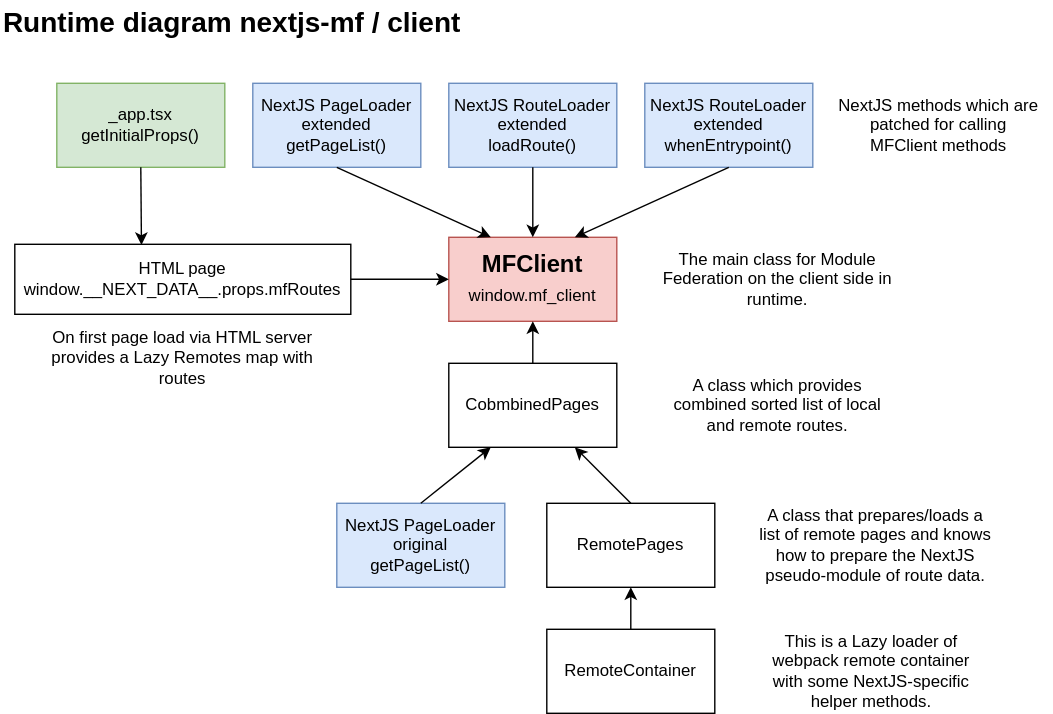
Earlier version of the draw.io export src/client/diagram-runtime.drawio.svg (module-federation/core). Source tidied: cells renumbered, new cells last; positions are measured from the earlier drawing's top-left corner, leaving out a move shared by most shapes. The source it was exported from:
```xml
<mxGraphModel>
  <root>
    <mxCell id="0" />
    <mxCell id="1" parent="0" />
    <mxCell id="2" value="MFClient&lt;br&gt;&lt;span style=&quot;font-weight: normal&quot;&gt;&lt;font style=&quot;font-size: 12px&quot;&gt;window.mf_client&lt;/font&gt;&lt;/span&gt;" style="rounded=0;whiteSpace=wrap;html=1;fontStyle=1;fontSize=17;fillColor=#f8cecc;strokeColor=#b85450;" parent="1" vertex="1">
      <mxGeometry x="320" y="169" width="120" height="60" as="geometry" />
    </mxCell>
    <mxCell id="3" value="CobmbinedPages" style="rounded=0;whiteSpace=wrap;html=1;" parent="1" vertex="1">
      <mxGeometry x="320" y="259" width="120" height="60" as="geometry" />
    </mxCell>
    <mxCell id="4" value="NextJS&amp;nbsp;PageLoader&lt;br&gt;original &lt;br&gt;getPageList()" style="rounded=0;whiteSpace=wrap;html=1;fillColor=#dae8fc;strokeColor=#6c8ebf;" parent="1" vertex="1">
      <mxGeometry x="240" y="359" width="120" height="60" as="geometry" />
    </mxCell>
    <mxCell id="5" value="RemotePages" style="rounded=0;whiteSpace=wrap;html=1;" parent="1" vertex="1">
      <mxGeometry x="390" y="359" width="120" height="60" as="geometry" />
    </mxCell>
    <mxCell id="6" value="RemoteContainer" style="rounded=0;whiteSpace=wrap;html=1;" parent="1" vertex="1">
      <mxGeometry x="390" y="449" width="120" height="60" as="geometry" />
    </mxCell>
    <mxCell id="7" style="endArrow=classic;html=1;exitX=0.5;exitY=0;exitDx=0;exitDy=0;entryX=0.25;entryY=1;entryDx=0;entryDy=0;" parent="1" edge="1" source="4" target="3">
      <mxGeometry relative="1" as="geometry" />
    </mxCell>
    <mxCell id="8" style="endArrow=classic;html=1;entryX=0.75;entryY=1;entryDx=0;entryDy=0;" parent="1" edge="1" target="3">
      <mxGeometry relative="1" as="geometry">
        <mxPoint x="450" y="359" as="sourcePoint" />
      </mxGeometry>
    </mxCell>
    <mxCell id="9" style="endArrow=classic;html=1;exitX=0.5;exitY=0;exitDx=0;exitDy=0;entryX=0.5;entryY=1;entryDx=0;entryDy=0;" parent="1" edge="1" source="6" target="5">
      <mxGeometry relative="1" as="geometry" />
    </mxCell>
    <mxCell id="10" style="endArrow=classic;html=1;exitX=0.5;exitY=0;exitDx=0;exitDy=0;entryX=0.5;entryY=1;entryDx=0;entryDy=0;" parent="1" edge="1" source="3" target="2">
      <mxGeometry relative="1" as="geometry" />
    </mxCell>
    <mxCell id="11" value="NextJS&amp;nbsp;PageLoader&lt;br&gt;extended getPageList()" style="rounded=0;whiteSpace=wrap;html=1;fillColor=#dae8fc;strokeColor=#6c8ebf;" parent="1" vertex="1">
      <mxGeometry x="180" y="59" width="120" height="60" as="geometry" />
    </mxCell>
    <mxCell id="12" value="NextJS RouteLoader&lt;br&gt;extended &lt;br&gt;loadRoute()" style="rounded=0;whiteSpace=wrap;html=1;fillColor=#dae8fc;strokeColor=#6c8ebf;" parent="1" vertex="1">
      <mxGeometry x="320" y="59" width="120" height="60" as="geometry" />
    </mxCell>
    <mxCell id="13" value="NextJS RouteLoader&lt;br&gt;extended whenEntrypoint()" style="rounded=0;whiteSpace=wrap;html=1;fillColor=#dae8fc;strokeColor=#6c8ebf;" parent="1" vertex="1">
      <mxGeometry x="460" y="59" width="120" height="60" as="geometry" />
    </mxCell>
    <mxCell id="14" style="endArrow=classic;html=1;exitX=0.5;exitY=1;exitDx=0;exitDy=0;entryX=0.25;entryY=0;entryDx=0;entryDy=0;" parent="1" edge="1" source="11" target="2">
      <mxGeometry relative="1" as="geometry" />
    </mxCell>
    <mxCell id="15" style="endArrow=classic;html=1;exitX=0.5;exitY=1;exitDx=0;exitDy=0;entryX=0.5;entryY=0;entryDx=0;entryDy=0;" parent="1" edge="1" source="12" target="2">
      <mxGeometry relative="1" as="geometry" />
    </mxCell>
    <mxCell id="16" style="endArrow=classic;html=1;exitX=0.5;exitY=1;exitDx=0;exitDy=0;" parent="1" edge="1" source="13">
      <mxGeometry relative="1" as="geometry">
        <mxPoint x="410" y="169" as="targetPoint" />
      </mxGeometry>
    </mxCell>
    <mxCell id="17" value="NextJS methods which are patched for calling &lt;br&gt;MFClient methods" style="text;html=1;strokeColor=none;fillColor=none;align=center;verticalAlign=middle;whiteSpace=wrap;rounded=0;fontSize=12;" parent="1" vertex="1">
      <mxGeometry x="590" y="74" width="160" height="30" as="geometry" />
    </mxCell>
    <mxCell id="18" value="The main class for Module Federation on the client side in runtime." style="text;html=1;strokeColor=none;fillColor=none;align=center;verticalAlign=middle;whiteSpace=wrap;rounded=0;fontSize=12;" parent="1" vertex="1">
      <mxGeometry x="470" y="184" width="170" height="30" as="geometry" />
    </mxCell>
    <mxCell id="19" value="A class which provides combined sorted list of local and remote routes." style="text;html=1;strokeColor=none;fillColor=none;align=center;verticalAlign=middle;whiteSpace=wrap;rounded=0;fontSize=12;" parent="1" vertex="1">
      <mxGeometry x="470" y="274" width="170" height="30" as="geometry" />
    </mxCell>
    <mxCell id="20" value="A class that prepares/loads a list of remote pages and knows how to prepare the NextJS pseudo-module of route data.&amp;nbsp;&amp;nbsp;" style="text;html=1;strokeColor=none;fillColor=none;align=center;verticalAlign=middle;whiteSpace=wrap;rounded=0;fontSize=12;" parent="1" vertex="1">
      <mxGeometry x="540" y="374" width="170" height="30" as="geometry" />
    </mxCell>
    <mxCell id="21" value="This is a Lazy loader of webpack remote container &lt;br&gt;with some NextJS-specific helper methods." style="text;html=1;strokeColor=none;fillColor=none;align=center;verticalAlign=middle;whiteSpace=wrap;rounded=0;fontSize=12;" parent="1" vertex="1">
      <mxGeometry x="537" y="464" width="170" height="30" as="geometry" />
    </mxCell>
    <mxCell id="22" value="Runtime diagram nextjs-mf / client" style="text;html=1;strokeColor=none;fillColor=none;align=left;verticalAlign=middle;whiteSpace=wrap;rounded=0;fontSize=20;fontStyle=1;" parent="1" vertex="1">
      <mxGeometry width="380" height="30" as="geometry" />
    </mxCell>
    <mxCell id="23" value="_app.tsx&lt;br&gt;getInitialProps()" style="rounded=0;whiteSpace=wrap;html=1;fillColor=#d5e8d4;strokeColor=#82b366;" parent="1" vertex="1">
      <mxGeometry x="40" y="59" width="120" height="60" as="geometry" />
    </mxCell>
    <mxCell id="24" value="HTML page&lt;br&gt;window.__NEXT_DATA__.props.mfRoutes" style="rounded=0;whiteSpace=wrap;html=1;" parent="1" vertex="1">
      <mxGeometry x="10" y="174" width="240" height="50" as="geometry" />
    </mxCell>
    <mxCell id="25" style="endArrow=classic;html=1;exitX=0.5;exitY=1;exitDx=0;exitDy=0;entryX=0.377;entryY=0.009;entryDx=0;entryDy=0;entryPerimeter=0;" parent="1" edge="1" source="23" target="24">
      <mxGeometry relative="1" as="geometry" />
    </mxCell>
    <mxCell id="26" style="endArrow=classic;html=1;exitX=1;exitY=0.5;exitDx=0;exitDy=0;entryX=0;entryY=0.5;entryDx=0;entryDy=0;" parent="1" edge="1" source="24" target="2">
      <mxGeometry relative="1" as="geometry" />
    </mxCell>
    <mxCell id="27" value="On first page load via HTML server provides a Lazy Remotes map with routes" style="text;html=1;strokeColor=none;fillColor=none;align=center;verticalAlign=middle;whiteSpace=wrap;rounded=0;fontSize=12;" parent="1" vertex="1">
      <mxGeometry x="25" y="232" width="210" height="45" as="geometry" />
    </mxCell>
  </root>
</mxGraphModel>
```
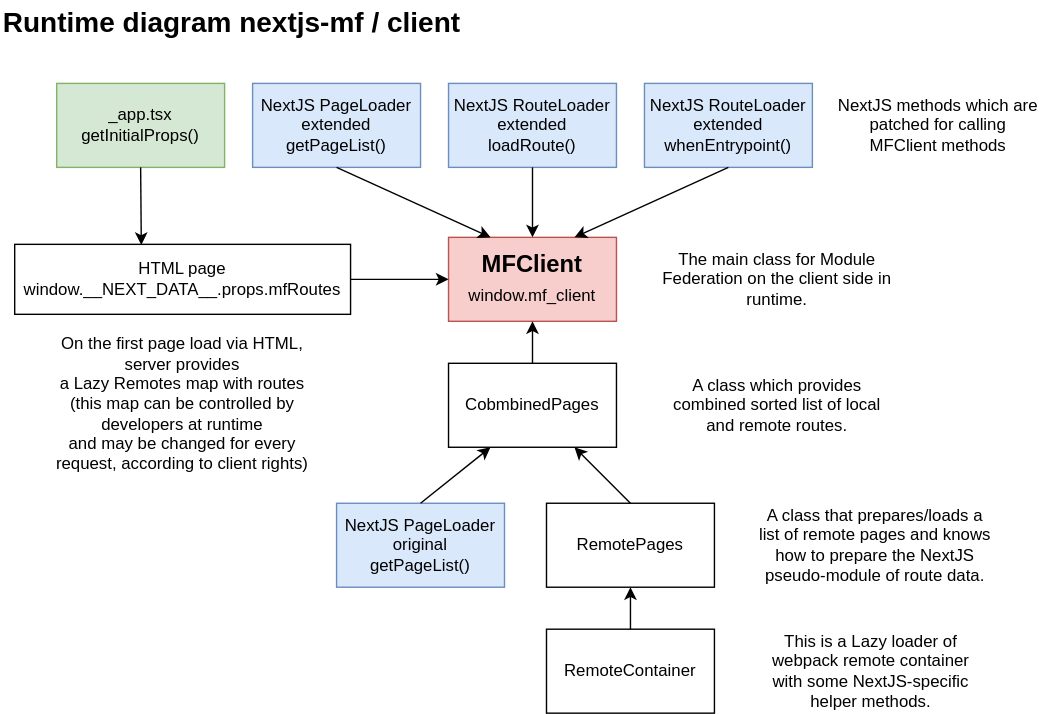
The same file after the commit.

The edit, as a diff of the source:
```diff
@@ -81,8 +81,8 @@
     <mxCell id="26" style="endArrow=classic;html=1;exitX=1;exitY=0.5;exitDx=0;exitDy=0;entryX=0;entryY=0.5;entryDx=0;entryDy=0;" parent="1" edge="1" source="24" target="2">
       <mxGeometry relative="1" as="geometry" />
     </mxCell>
-    <mxCell id="27" value="On first page load via HTML server provides a Lazy Remotes map with routes" style="text;html=1;strokeColor=none;fillColor=none;align=center;verticalAlign=middle;whiteSpace=wrap;rounded=0;fontSize=12;" parent="1" vertex="1">
-      <mxGeometry x="25" y="232" width="210" height="45" as="geometry" />
+    <mxCell id="27" value="&lt;div&gt;On the first page load via HTML,&lt;/div&gt;&lt;div&gt;server provides&lt;/div&gt;&lt;div&gt;a Lazy Remotes map with routes&lt;/div&gt;&lt;div&gt;(this map can be controlled by developers at runtime&lt;/div&gt;&lt;div&gt;and may be changed for every request, according to client rights)&lt;/div&gt;" style="text;html=1;strokeColor=none;fillColor=none;align=center;verticalAlign=middle;whiteSpace=wrap;rounded=0;fontSize=12;" parent="1" vertex="1">
+      <mxGeometry x="25" y="232" width="210" height="112" as="geometry" />
     </mxCell>
   </root>
 </mxGraphModel>
```
